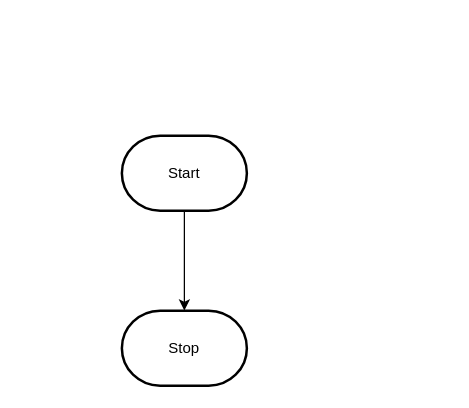
This is design/flowchart.drawio from MTHS-ICS2O-2-2022/ICS2O-Unit-5-02-william-simard, a draw.io file, before an edit. Source tidied: cells renumbered, new cells numbered last; positions are measured from the earlier drawing's top-left corner, leaving out a move shared by most shapes. Both pictures are drawn from the tidied source at 125%, with x=0, y=0 at pixel (121, 135).
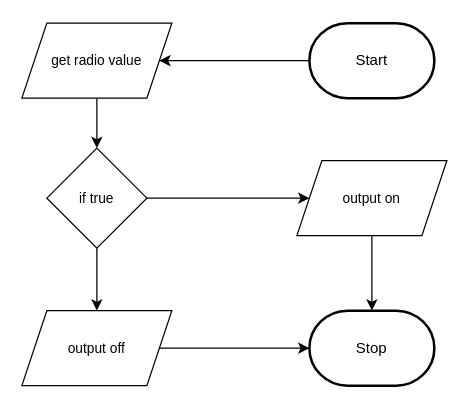
Above is the later version.

Change to the diagram source:
```diff
@@
 <mxGraphModel>
   <root>
     <mxCell id="0" />
     <mxCell id="1" parent="0" />
-    <mxCell id="2" style="edgeStyle=orthogonalEdgeStyle;html=1;rounded=0;" parent="1" edge="1" source="3" target="4">
-      <mxGeometry relative="1" as="geometry" />
-    </mxCell>
+    <mxCell id="5" style="edgeStyle=orthogonalEdgeStyle;shape=connector;rounded=0;html=1;labelBackgroundColor=default;strokeColor=default;fontFamily=Helvetica;fontSize=11;fontColor=default;endArrow=classic;" parent="1" edge="1" source="3" target="10">
+      <mxGeometry relative="1" as="geometry" />
+    </mxCell>
     <mxCell id="3" value="Start" style="strokeWidth=2;html=1;shape=mxgraph.flowchart.terminator;whiteSpace=wrap;" parent="1" vertex="1">
-      <mxGeometry width="100" height="60" as="geometry" />
+      <mxGeometry x="150" y="-90" width="100" height="60" as="geometry" />
     </mxCell>
     <mxCell id="4" value="Stop" style="strokeWidth=2;html=1;shape=mxgraph.flowchart.terminator;whiteSpace=wrap;" parent="1" vertex="1">
-      <mxGeometry y="140" width="100" height="60" as="geometry" />
+      <mxGeometry x="150" y="140" width="100" height="60" as="geometry" />
     </mxCell>
+    <mxCell id="6" style="edgeStyle=orthogonalEdgeStyle;shape=connector;rounded=0;html=1;labelBackgroundColor=default;strokeColor=default;fontFamily=Helvetica;fontSize=11;fontColor=default;endArrow=classic;" parent="1" edge="1" source="8">
+      <mxGeometry relative="1" as="geometry">
+        <mxPoint x="-20" y="140" as="targetPoint" />
+      </mxGeometry>
+    </mxCell>
+    <mxCell id="7" style="edgeStyle=orthogonalEdgeStyle;shape=connector;rounded=0;html=1;exitX=1;exitY=0.5;exitDx=0;exitDy=0;labelBackgroundColor=default;strokeColor=default;fontFamily=Helvetica;fontSize=11;fontColor=default;endArrow=classic;" parent="1" edge="1" source="8" target="14">
+      <mxGeometry relative="1" as="geometry" />
+    </mxCell>
+    <mxCell id="8" value="if true" style="rhombus;whiteSpace=wrap;html=1;fontFamily=Helvetica;fontSize=11;fontColor=default;" parent="1" vertex="1">
+      <mxGeometry x="-60" y="10" width="80" height="80" as="geometry" />
+    </mxCell>
+    <mxCell id="9" style="edgeStyle=orthogonalEdgeStyle;shape=connector;rounded=0;html=1;entryX=0.5;entryY=0;entryDx=0;entryDy=0;labelBackgroundColor=default;strokeColor=default;fontFamily=Helvetica;fontSize=11;fontColor=default;endArrow=classic;" parent="1" edge="1" source="10" target="8">
+      <mxGeometry relative="1" as="geometry" />
+    </mxCell>
+    <mxCell id="10" value="get radio value" style="shape=parallelogram;perimeter=parallelogramPerimeter;whiteSpace=wrap;html=1;fixedSize=1;fontFamily=Helvetica;fontSize=11;fontColor=default;" parent="1" vertex="1">
+      <mxGeometry x="-80" y="-90" width="120" height="60" as="geometry" />
+    </mxCell>
+    <mxCell id="11" style="edgeStyle=orthogonalEdgeStyle;shape=connector;rounded=0;html=1;labelBackgroundColor=default;strokeColor=default;fontFamily=Helvetica;fontSize=11;fontColor=default;endArrow=classic;" parent="1" edge="1" source="12" target="4">
+      <mxGeometry relative="1" as="geometry" />
+    </mxCell>
+    <mxCell id="12" value="output off" style="shape=parallelogram;perimeter=parallelogramPerimeter;whiteSpace=wrap;html=1;fixedSize=1;fontFamily=Helvetica;fontSize=11;fontColor=default;" parent="1" vertex="1">
+      <mxGeometry x="-80" y="140" width="120" height="60" as="geometry" />
+    </mxCell>
+    <mxCell id="13" style="edgeStyle=orthogonalEdgeStyle;shape=connector;rounded=0;html=1;entryX=0.5;entryY=0;entryDx=0;entryDy=0;entryPerimeter=0;labelBackgroundColor=default;strokeColor=default;fontFamily=Helvetica;fontSize=11;fontColor=default;endArrow=classic;" parent="1" edge="1" source="14" target="4">
+      <mxGeometry relative="1" as="geometry" />
+    </mxCell>
+    <mxCell id="14" value="output on" style="shape=parallelogram;perimeter=parallelogramPerimeter;whiteSpace=wrap;html=1;fixedSize=1;fontFamily=Helvetica;fontSize=11;fontColor=default;" parent="1" vertex="1">
+      <mxGeometry x="140" y="20" width="120" height="60" as="geometry" />
+    </mxCell>
   </root>
 </mxGraphModel>
```
